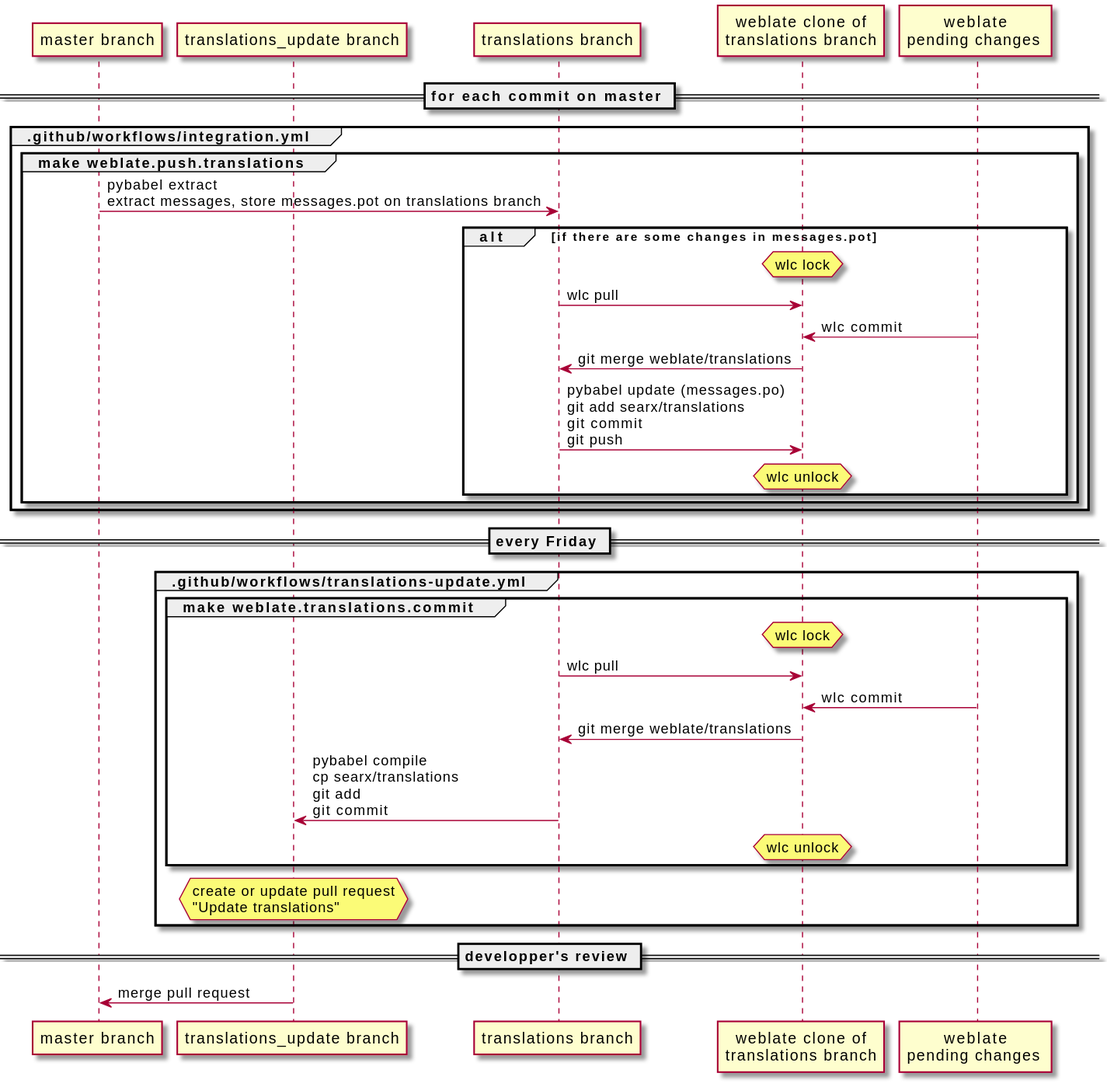
Earlier version of the PlantUML export docs/dev/translation.svg (searxng/searxng).
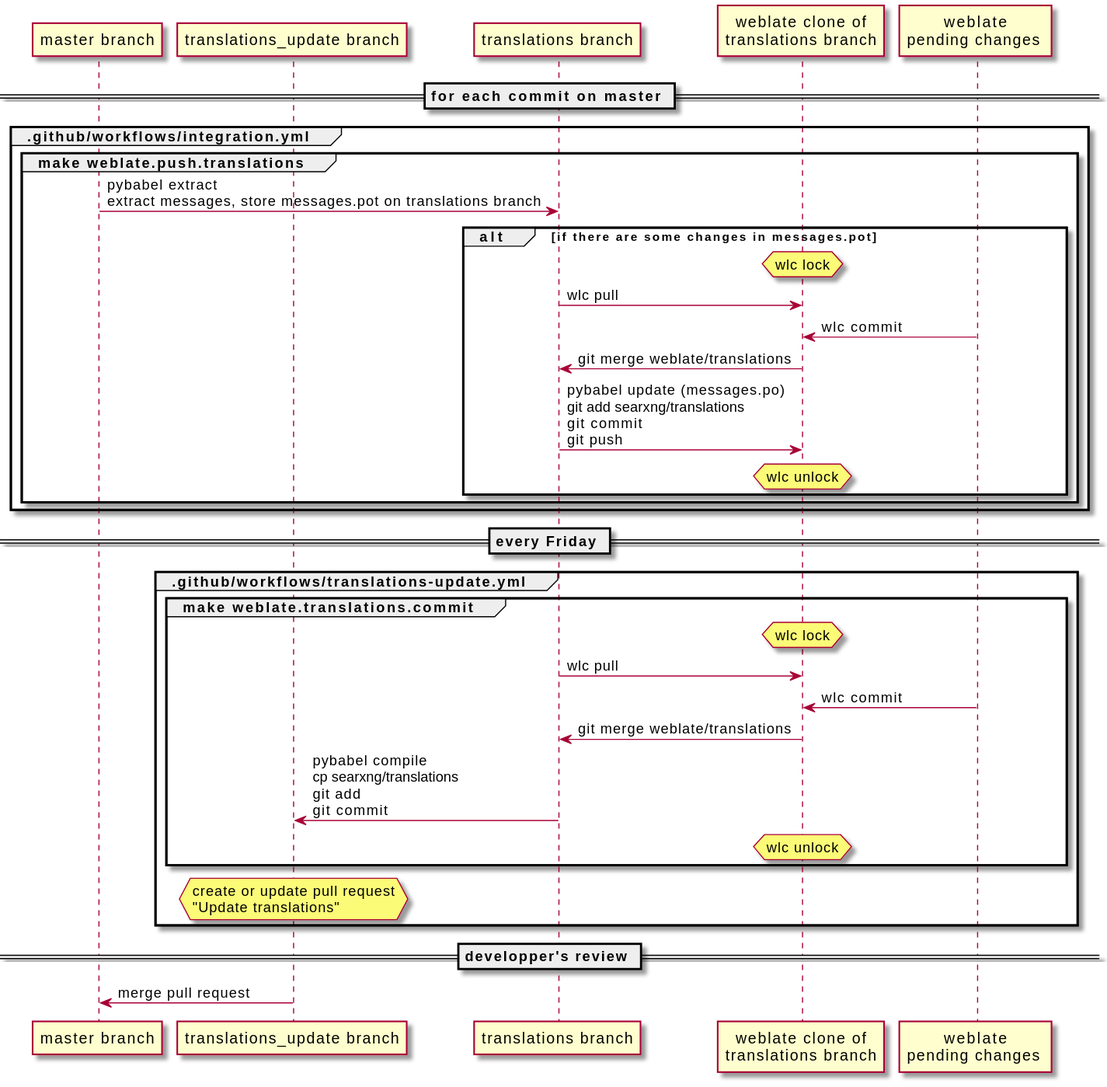
The same file after the commit.

The edit, as a diff of the source:
```diff
@@ -15,7 +15,7 @@
       translations -> weblate: wlc pull
       weblate_change -> weblate: wlc commit
       weblate -> translations: git merge weblate/translations
-      translations -> weblate: pybabel update (messages.po)\ngit add searx/translations\ngit commit\ngit push
+      translations -> weblate: pybabel update (messages.po)\ngit add searxng/translations\ngit commit\ngit push
       hnote over weblate : wlc unlock
     end
   end
@@ -29,7 +29,7 @@
     translations -> weblate: wlc pull
     weblate_change -> weblate: wlc commit
     weblate -> translations: git merge weblate/translations
-    translations -> translations_update: pybabel compile\ncp searx/translations\ngit add\ngit commit
+    translations -> translations_update: pybabel compile\ncp searxng/translations\ngit add\ngit commit
     hnote over weblate : wlc unlock
   end
   hnote over translations_update : create or update pull request\n"Update translations"
```
